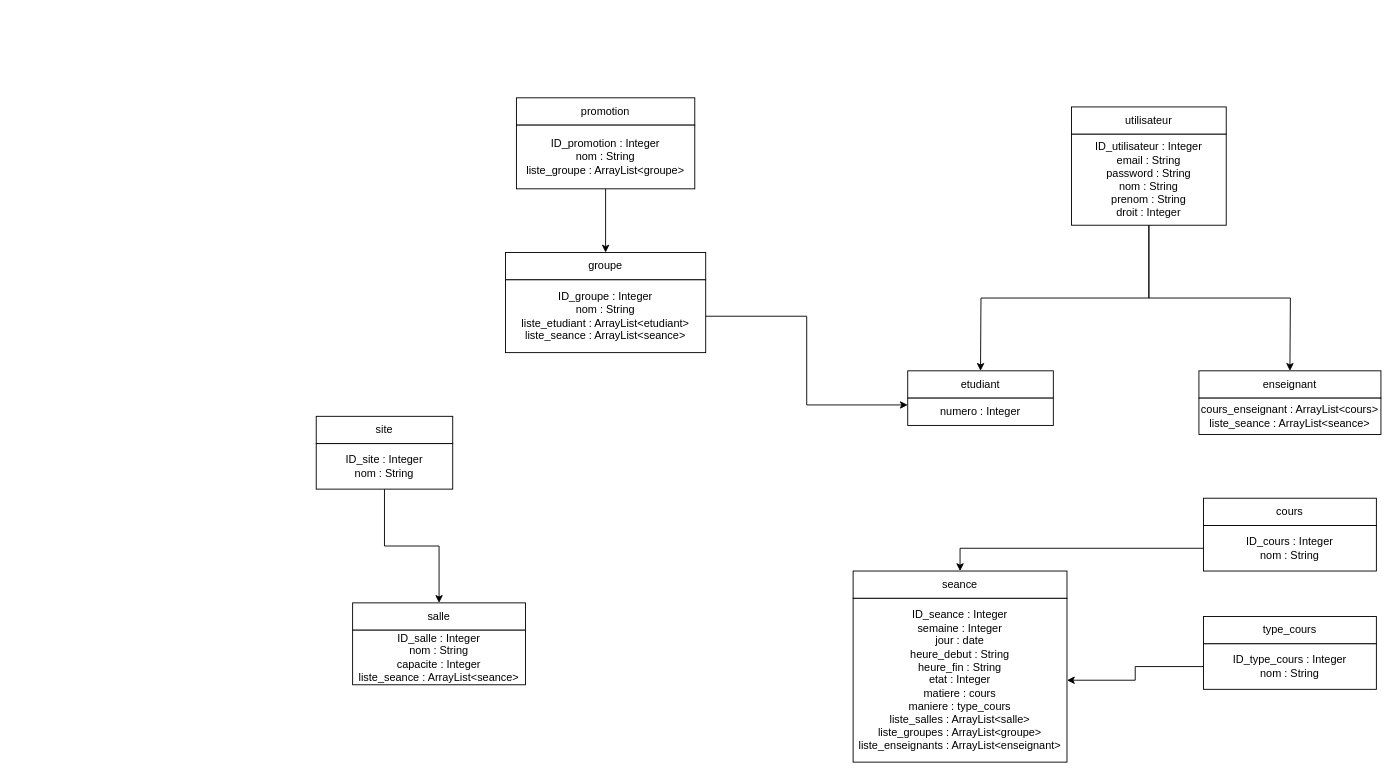
This is Untitled Diagram.drawio from Quiery/timetable, a draw.io file, before an edit. Source tidied: cells renumbered, new cells numbered last; positions are measured from the earlier drawing's top-left corner, leaving out a move shared by most shapes. Both pictures are drawn from the tidied source at 91%, with x=0, y=0 at pixel (316, 97).
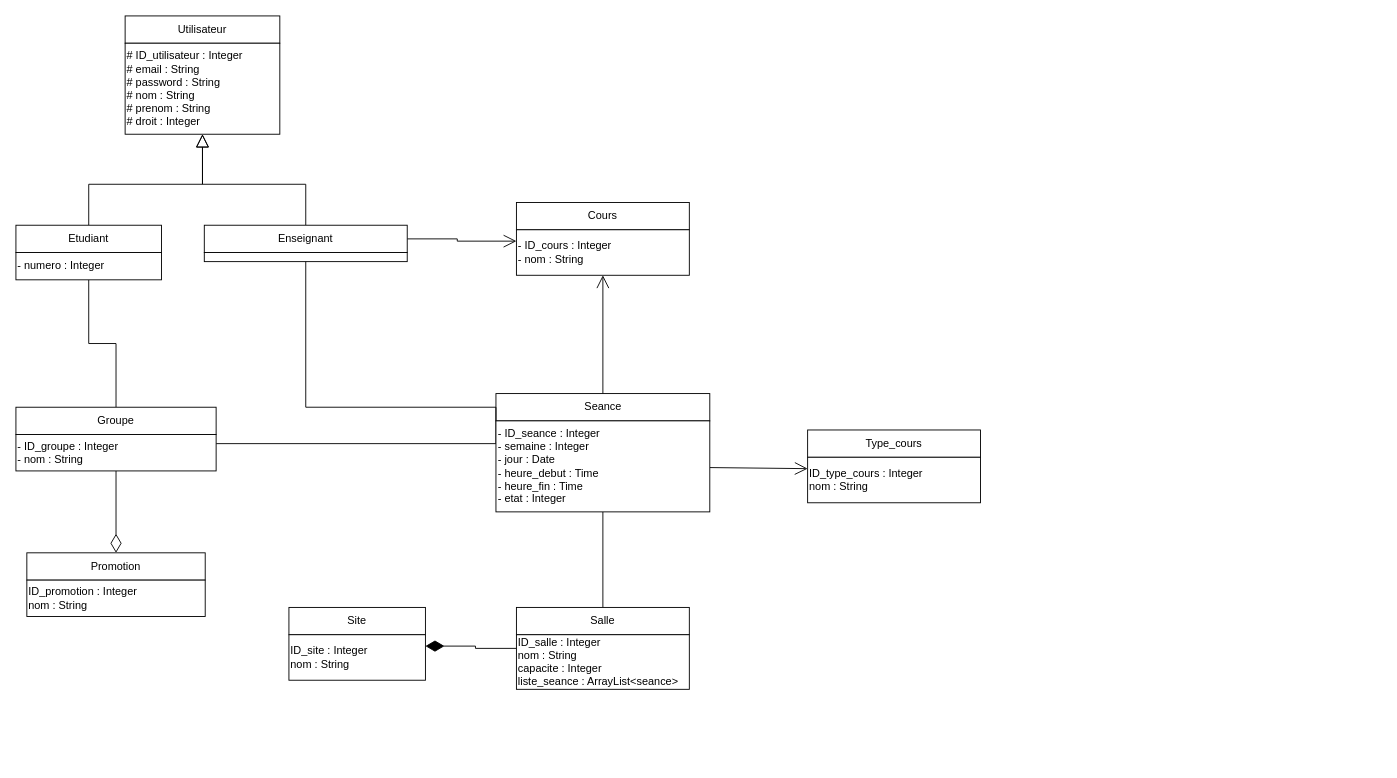
The same diagram, later.

Commit message:
Partie modele

Diff of the diagram source:
```diff
@@
-    <mxCell id="2" value="utilisateur" style="rounded=0;whiteSpace=wrap;html=1;" parent="1" vertex="1">
-      <mxGeometry x="830" y="10" width="170" height="30" as="geometry" />
+    <mxCell id="2" value="Utilisateur" style="rounded=0;whiteSpace=wrap;html=1;" parent="1" vertex="1">
+      <mxGeometry x="-210" y="-90" width="170" height="30" as="geometry" />
     </mxCell>
+    <mxCell id="29" style="edgeStyle=orthogonalEdgeStyle;rounded=0;jettySize=auto;html=1;exitX=0.5;exitY=1;exitDx=0;exitDy=0;entryX=0.5;entryY=0;entryDx=0;entryDy=0;endArrow=none;endFill=0;startArrow=block;startFill=0;startSize=12;" parent="1" edge="1" source="3" target="6">
+      <mxGeometry relative="1" as="geometry" />
+    </mxCell>
+    <mxCell id="30" style="edgeStyle=orthogonalEdgeStyle;rounded=0;jettySize=auto;html=1;exitX=0.5;exitY=1;exitDx=0;exitDy=0;entryX=0.5;entryY=0;entryDx=0;entryDy=0;endArrow=none;endFill=0;startArrow=block;startFill=0;endSize=14;startSize=12;" parent="1" edge="1" source="3" target="8">
+      <mxGeometry relative="1" as="geometry" />
+    </mxCell>
-    <mxCell id="3" value="ID_utilisateur : Integer&lt;br&gt;email : String&lt;br&gt;password : String&lt;br&gt;nom : String&lt;br&gt;prenom : String&lt;br&gt;droit : Integer" style="rounded=0;whiteSpace=wrap;html=1;" parent="1" vertex="1">
-      <mxGeometry x="830" y="40" width="170" height="100" as="geometry" />
+    <mxCell id="3" value="# ID_utilisateur : Integer&lt;br&gt;# email : String&lt;br&gt;# password : String&lt;br&gt;# nom : String&lt;br&gt;# prenom : String&lt;br&gt;# droit : Integer" style="rounded=0;whiteSpace=wrap;html=1;align=left;" parent="1" vertex="1">
+      <mxGeometry x="-210" y="-60" width="170" height="100" as="geometry" />
     </mxCell>
-    <mxCell id="4" style="edgeStyle=orthogonalEdgeStyle;rounded=0;jettySize=auto;html=1;exitX=0.5;exitY=1;exitDx=0;exitDy=0;" parent="1" edge="1" source="3">
-      <mxGeometry relative="1" as="geometry">
-        <mxPoint x="730" y="300" as="targetPoint" />
-      </mxGeometry>
-    </mxCell>
-    <mxCell id="5" style="edgeStyle=orthogonalEdgeStyle;rounded=0;jettySize=auto;html=1;exitX=0.5;exitY=1;exitDx=0;exitDy=0;" parent="1" edge="1" source="3">
-      <mxGeometry relative="1" as="geometry">
-        <mxPoint x="1070" y="300" as="targetPoint" />
-      </mxGeometry>
-    </mxCell>
-    <mxCell id="6" value="etudiant" style="rounded=0;whiteSpace=wrap;html=1;" parent="1" vertex="1">
-      <mxGeometry x="650" y="300" width="160" height="30" as="geometry" />
+    <mxCell id="6" value="Etudiant" style="rounded=0;whiteSpace=wrap;html=1;" parent="1" vertex="1">
+      <mxGeometry x="-330" y="140" width="160" height="30" as="geometry" />
     </mxCell>
+    <mxCell id="31" style="edgeStyle=orthogonalEdgeStyle;rounded=0;jettySize=auto;html=1;exitX=0.5;exitY=1;exitDx=0;exitDy=0;entryX=0.5;entryY=0;entryDx=0;entryDy=0;startArrow=none;startFill=0;endArrow=none;endFill=0;" parent="1" edge="1" source="7" target="13">
+      <mxGeometry relative="1" as="geometry" />
+    </mxCell>
-    <mxCell id="7" value="numero : Integer" style="rounded=0;whiteSpace=wrap;html=1;" parent="1" vertex="1">
-      <mxGeometry x="650" y="330" width="160" height="30" as="geometry" />
+    <mxCell id="7" value="- numero : Integer" style="rounded=0;whiteSpace=wrap;html=1;align=left;" parent="1" vertex="1">
+      <mxGeometry x="-330" y="170" width="160" height="30" as="geometry" />
     </mxCell>
+    <mxCell id="32" style="edgeStyle=orthogonalEdgeStyle;rounded=0;jettySize=auto;html=1;exitX=1;exitY=0.5;exitDx=0;exitDy=0;entryX=0;entryY=0.25;entryDx=0;entryDy=0;startArrow=none;startFill=0;endArrow=open;endFill=0;endSize=12;" parent="1" edge="1" source="8" target="18">
+      <mxGeometry relative="1" as="geometry" />
+    </mxCell>
-    <mxCell id="8" value="enseignant" style="rounded=0;whiteSpace=wrap;html=1;" parent="1" vertex="1">
-      <mxGeometry x="970" y="300" width="200" height="30" as="geometry" />
+    <mxCell id="8" value="Enseignant" style="rounded=0;whiteSpace=wrap;html=1;" parent="1" vertex="1">
+      <mxGeometry x="-123" y="140" width="223" height="30" as="geometry" />
     </mxCell>
-    <mxCell id="9" value="cours_enseignant : ArrayList&amp;lt;cours&amp;gt;&lt;br&gt;liste_seance : ArrayList&amp;lt;seance&amp;gt;" style="rounded=0;whiteSpace=wrap;html=1;" parent="1" vertex="1">
-      <mxGeometry x="970" y="330" width="200" height="40" as="geometry" />
+    <mxCell id="9" style="rounded=0;whiteSpace=wrap;html=1;" parent="1" vertex="1">
+      <mxGeometry x="-123" y="170" width="223" height="10" as="geometry" />
     </mxCell>
-    <mxCell id="10" value="promotion" style="rounded=0;whiteSpace=wrap;html=1;" parent="1" vertex="1">
-      <mxGeometry x="220" width="196" height="30" as="geometry" />
+    <mxCell id="10" value="Promotion" style="rounded=0;whiteSpace=wrap;html=1;" parent="1" vertex="1">
+      <mxGeometry x="-318" y="500" width="196" height="30" as="geometry" />
     </mxCell>
-    <mxCell id="11" style="edgeStyle=orthogonalEdgeStyle;rounded=0;jettySize=auto;html=1;exitX=0.5;exitY=1;exitDx=0;exitDy=0;" parent="1" edge="1" source="12" target="13">
-      <mxGeometry relative="1" as="geometry" />
-    </mxCell>
-    <mxCell id="12" value="ID_promotion : Integer&lt;br&gt;nom : String&lt;br&gt;liste_groupe : ArrayList&amp;lt;groupe&amp;gt;" style="rounded=0;whiteSpace=wrap;html=1;" parent="1" vertex="1">
-      <mxGeometry x="220" y="30" width="196" height="70" as="geometry" />
+    <mxCell id="12" value="ID_promotion : Integer&lt;br&gt;nom : String&lt;br&gt;" style="rounded=0;whiteSpace=wrap;html=1;align=left;" parent="1" vertex="1">
+      <mxGeometry x="-318" y="530" width="196" height="40" as="geometry" />
     </mxCell>
-    <mxCell id="13" value="groupe" style="rounded=0;whiteSpace=wrap;html=1;" parent="1" vertex="1">
-      <mxGeometry x="208" y="170" width="220" height="30" as="geometry" />
+    <mxCell id="13" value="Groupe" style="rounded=0;whiteSpace=wrap;html=1;" parent="1" vertex="1">
+      <mxGeometry x="-330" y="340" width="220" height="30" as="geometry" />
     </mxCell>
-    <mxCell id="14" style="edgeStyle=orthogonalEdgeStyle;rounded=0;jettySize=auto;html=1;exitX=1;exitY=0.5;exitDx=0;exitDy=0;entryX=0;entryY=0.25;entryDx=0;entryDy=0;" parent="1" edge="1" source="15" target="7">
-      <mxGeometry relative="1" as="geometry" />
-    </mxCell>
+    <mxCell id="33" style="edgeStyle=none;rounded=0;jettySize=auto;html=1;exitX=0.5;exitY=1;exitDx=0;exitDy=0;entryX=0.5;entryY=0;entryDx=0;entryDy=0;startArrow=none;startFill=0;endArrow=diamondThin;endFill=0;startSize=18;endSize=18;" parent="1" edge="1" source="15" target="10">
+      <mxGeometry relative="1" as="geometry" />
+    </mxCell>
+    <mxCell id="34" style="edgeStyle=orthogonalEdgeStyle;rounded=0;jettySize=auto;html=1;exitX=1;exitY=0.25;exitDx=0;exitDy=0;entryX=0;entryY=0.25;entryDx=0;entryDy=0;startArrow=none;startFill=0;endArrow=none;endFill=0;" parent="1" edge="1" source="15" target="28">
+      <mxGeometry relative="1" as="geometry" />
+    </mxCell>
-    <mxCell id="15" value="ID_groupe : Integer&lt;br&gt;nom : String&lt;br&gt;liste_etudiant : ArrayList&amp;lt;etudiant&amp;gt;&lt;br&gt;liste_seance : ArrayList&amp;lt;seance&amp;gt;" style="rounded=0;whiteSpace=wrap;html=1;" parent="1" vertex="1">
-      <mxGeometry x="208" y="200" width="220" height="80" as="geometry" />
+    <mxCell id="15" value="- ID_groupe : Integer&lt;br&gt;- nom : String" style="rounded=0;whiteSpace=wrap;html=1;align=left;" parent="1" vertex="1">
+      <mxGeometry x="-330" y="370" width="220" height="40" as="geometry" />
     </mxCell>
-    <mxCell id="16" value="cours" style="rounded=0;whiteSpace=wrap;html=1;" parent="1" vertex="1">
-      <mxGeometry x="975" y="440" width="190" height="30" as="geometry" />
+    <mxCell id="16" value="Cours" style="rounded=0;whiteSpace=wrap;html=1;" parent="1" vertex="1">
+      <mxGeometry x="220" y="115" width="190" height="30" as="geometry" />
     </mxCell>
-    <mxCell id="17" style="edgeStyle=orthogonalEdgeStyle;rounded=0;jettySize=auto;html=1;exitX=0;exitY=0.5;exitDx=0;exitDy=0;entryX=0.5;entryY=0;entryDx=0;entryDy=0;" parent="1" edge="1" source="18" target="27">
-      <mxGeometry relative="1" as="geometry" />
-    </mxCell>
-    <mxCell id="18" value="ID_cours : Integer&lt;br&gt;nom : String" style="rounded=0;whiteSpace=wrap;html=1;" parent="1" vertex="1">
-      <mxGeometry x="975" y="470" width="190" height="50" as="geometry" />
+    <mxCell id="18" value="- ID_cours : Integer&lt;br&gt;- nom : String" style="rounded=0;whiteSpace=wrap;html=1;align=left;" parent="1" vertex="1">
+      <mxGeometry x="220" y="145" width="190" height="50" as="geometry" />
     </mxCell>
-    <mxCell id="19" value="type_cours" style="rounded=0;whiteSpace=wrap;html=1;" parent="1" vertex="1">
-      <mxGeometry x="975" y="570" width="190" height="30" as="geometry" />
+    <mxCell id="19" value="Type_cours" style="rounded=0;whiteSpace=wrap;html=1;" parent="1" vertex="1">
+      <mxGeometry x="540" y="365" width="190" height="30" as="geometry" />
     </mxCell>
-    <mxCell id="20" style="edgeStyle=orthogonalEdgeStyle;rounded=0;jettySize=auto;html=1;exitX=0;exitY=0.5;exitDx=0;exitDy=0;entryX=1;entryY=0.5;entryDx=0;entryDy=0;" parent="1" edge="1" source="21" target="28">
+    <mxCell id="20" style="edgeStyle=none;rounded=0;jettySize=auto;html=1;exitX=0;exitY=0.25;exitDx=0;exitDy=0;startArrow=open;startFill=0;endArrow=none;endFill=0;startSize=12;" parent="1" edge="1" source="21" target="28">
       <mxGeometry relative="1" as="geometry" />
     </mxCell>
-    <mxCell id="21" value="ID_type_cours : Integer&lt;br&gt;nom : String" style="rounded=0;whiteSpace=wrap;html=1;" parent="1" vertex="1">
-      <mxGeometry x="975" y="600" width="190" height="50" as="geometry" />
+    <mxCell id="21" value="ID_type_cours : Integer&lt;br&gt;nom : String" style="rounded=0;whiteSpace=wrap;html=1;align=left;" parent="1" vertex="1">
+      <mxGeometry x="540" y="395" width="190" height="50" as="geometry" />
     </mxCell>
-    <mxCell id="22" value="site" style="rounded=0;whiteSpace=wrap;html=1;" parent="1" vertex="1">
-      <mxGeometry y="350" width="150" height="30" as="geometry" />
+    <mxCell id="22" value="Site" style="rounded=0;whiteSpace=wrap;html=1;" parent="1" vertex="1">
+      <mxGeometry x="-30" y="560" width="150" height="30" as="geometry" />
     </mxCell>
-    <mxCell id="23" style="edgeStyle=orthogonalEdgeStyle;rounded=0;jettySize=auto;html=1;exitX=0.5;exitY=1;exitDx=0;exitDy=0;entryX=0.5;entryY=0;entryDx=0;entryDy=0;" parent="1" edge="1" source="24" target="25">
-      <mxGeometry relative="1" as="geometry" />
-    </mxCell>
+    <mxCell id="35" style="edgeStyle=orthogonalEdgeStyle;rounded=0;jettySize=auto;html=1;exitX=1;exitY=0.25;exitDx=0;exitDy=0;entryX=0;entryY=0.25;entryDx=0;entryDy=0;startArrow=diamondThin;startFill=1;endArrow=none;endFill=0;targetPerimeterSpacing=0;sourcePerimeterSpacing=0;strokeWidth=1;endSize=12;startSize=18;" parent="1" edge="1" source="24" target="26">
+      <mxGeometry relative="1" as="geometry" />
+    </mxCell>
-    <mxCell id="24" value="ID_site : Integer&lt;br&gt;nom : String&lt;br&gt;" style="rounded=0;whiteSpace=wrap;html=1;" parent="1" vertex="1">
-      <mxGeometry y="380" width="150" height="50" as="geometry" />
+    <mxCell id="24" value="ID_site : Integer&lt;br&gt;nom : String&lt;br&gt;" style="rounded=0;whiteSpace=wrap;html=1;align=left;" parent="1" vertex="1">
+      <mxGeometry x="-30" y="590" width="150" height="50" as="geometry" />
     </mxCell>
+    <mxCell id="36" style="edgeStyle=orthogonalEdgeStyle;rounded=0;jettySize=auto;html=1;exitX=0.5;exitY=0;exitDx=0;exitDy=0;entryX=0.5;entryY=1;entryDx=0;entryDy=0;startArrow=none;startFill=0;endArrow=none;endFill=0;" parent="1" edge="1" source="25" target="28">
+      <mxGeometry relative="1" as="geometry" />
+    </mxCell>
-    <mxCell id="25" value="salle" style="rounded=0;whiteSpace=wrap;html=1;" parent="1" vertex="1">
-      <mxGeometry x="40" y="555" width="190" height="30" as="geometry" />
+    <mxCell id="25" value="Salle" style="rounded=0;whiteSpace=wrap;html=1;" parent="1" vertex="1">
+      <mxGeometry x="220" y="560" width="190" height="30" as="geometry" />
     </mxCell>
-    <mxCell id="26" value="ID_salle : Integer&lt;br&gt;nom : String&lt;br&gt;capacite : Integer&lt;br&gt;liste_seance : ArrayList&amp;lt;seance&amp;gt;" style="rounded=0;whiteSpace=wrap;html=1;" parent="1" vertex="1">
-      <mxGeometry x="40" y="585" width="190" height="60" as="geometry" />
+    <mxCell id="26" value="ID_salle : Integer&lt;br&gt;nom : String&lt;br&gt;capacite : Integer&lt;br&gt;liste_seance : ArrayList&amp;lt;seance&amp;gt;" style="rounded=0;whiteSpace=wrap;html=1;align=left;" parent="1" vertex="1">
+      <mxGeometry x="220" y="590" width="190" height="60" as="geometry" />
     </mxCell>
+    <mxCell id="37" style="edgeStyle=none;rounded=0;jettySize=auto;html=1;exitX=0.5;exitY=0;exitDx=0;exitDy=0;entryX=0.5;entryY=1;entryDx=0;entryDy=0;startArrow=none;startFill=0;endArrow=open;endFill=0;startSize=12;endSize=12;" parent="1" edge="1" source="27" target="18">
+      <mxGeometry relative="1" as="geometry" />
+    </mxCell>
-    <mxCell id="27" value="seance" style="rounded=0;whiteSpace=wrap;html=1;" parent="1" vertex="1">
-      <mxGeometry x="590" y="520" width="235" height="30" as="geometry" />
+    <mxCell id="27" value="Seance" style="rounded=0;whiteSpace=wrap;html=1;" parent="1" vertex="1">
+      <mxGeometry x="197.5" y="325" width="235" height="30" as="geometry" />
     </mxCell>
+    <mxCell id="38" style="edgeStyle=orthogonalEdgeStyle;rounded=0;jettySize=auto;html=1;exitX=0;exitY=0.25;exitDx=0;exitDy=0;entryX=0.5;entryY=1;entryDx=0;entryDy=0;startArrow=none;startFill=0;endArrow=none;endFill=0;" parent="1" edge="1" source="28" target="9">
+      <mxGeometry relative="1" as="geometry">
+        <Array as="points">
+          <mxPoint x="197" y="340" />
+          <mxPoint x="-11" y="340" />
+        </Array>
+      </mxGeometry>
+    </mxCell>
-    <mxCell id="28" value="ID_seance : Integer&lt;br&gt;semaine : Integer&lt;br&gt;jour : date&lt;br&gt;heure_debut : String&lt;br&gt;heure_fin : String&lt;br&gt;etat : Integer&lt;br&gt;matiere : cours&lt;br&gt;maniere : type_cours&lt;br&gt;liste_salles : ArrayList&amp;lt;salle&amp;gt;&lt;br&gt;liste_groupes : ArrayList&amp;lt;groupe&amp;gt;&lt;br&gt;liste_enseignants : ArrayList&amp;lt;enseignant&amp;gt;" style="rounded=0;whiteSpace=wrap;html=1;" parent="1" vertex="1">
-      <mxGeometry x="590" y="550" width="235" height="180" as="geometry" />
+    <mxCell id="28" value="- ID_seance : Integer&lt;br&gt;- semaine : Integer&lt;br&gt;- jour : Date&lt;br&gt;- heure_debut : Time&lt;br&gt;- heure_fin : Time&lt;br&gt;- etat : Integer" style="rounded=0;whiteSpace=wrap;html=1;align=left;" parent="1" vertex="1">
+      <mxGeometry x="197.5" y="355" width="235" height="100" as="geometry" />
     </mxCell>
+    <mxCell id="39" style="edgeStyle=orthogonalEdgeStyle;rounded=0;orthogonalLoop=1;jettySize=auto;html=1;exitX=0.5;exitY=1;exitDx=0;exitDy=0;" parent="1" edge="1" source="9" target="9">
+      <mxGeometry relative="1" as="geometry" />
+    </mxCell>
```
